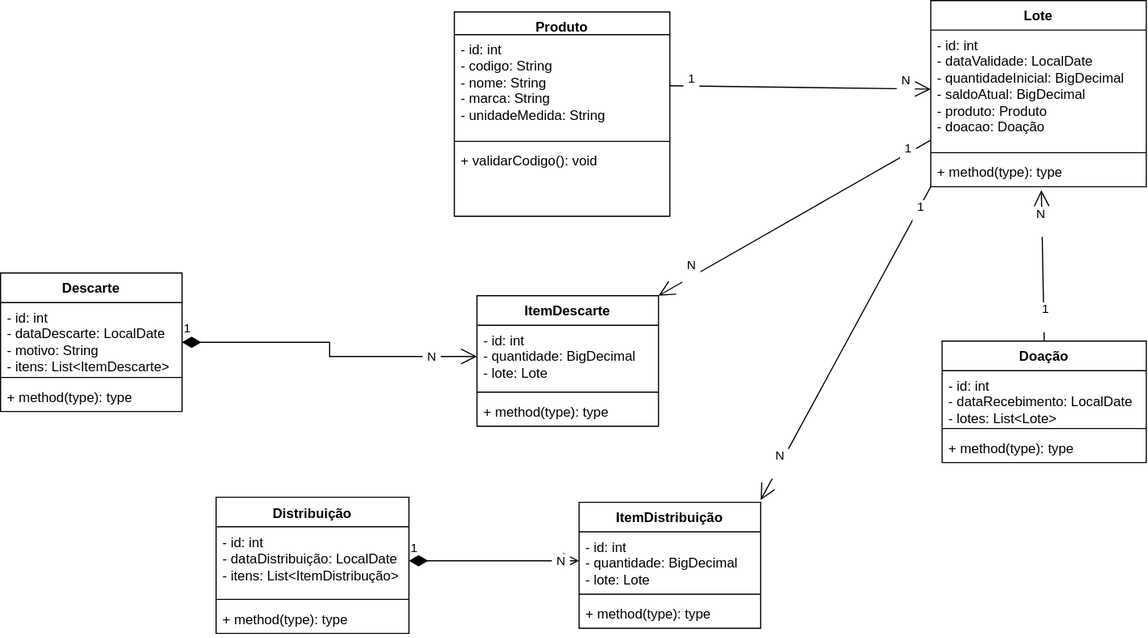
The draw.io diagram Obsidian/Projeto Integrador/Faculdade/Projeto Integrador - 2° Período/Documentações/Diagramas/Diagrama de Classes - Projeto Integrador.drawio.svg in Davi-bit-source/Projeto-Integrador, before a commit. Source tidied: cells renumbered, new cells last; positions are measured from the earlier drawing's top-left corner, leaving out a move shared by most shapes.
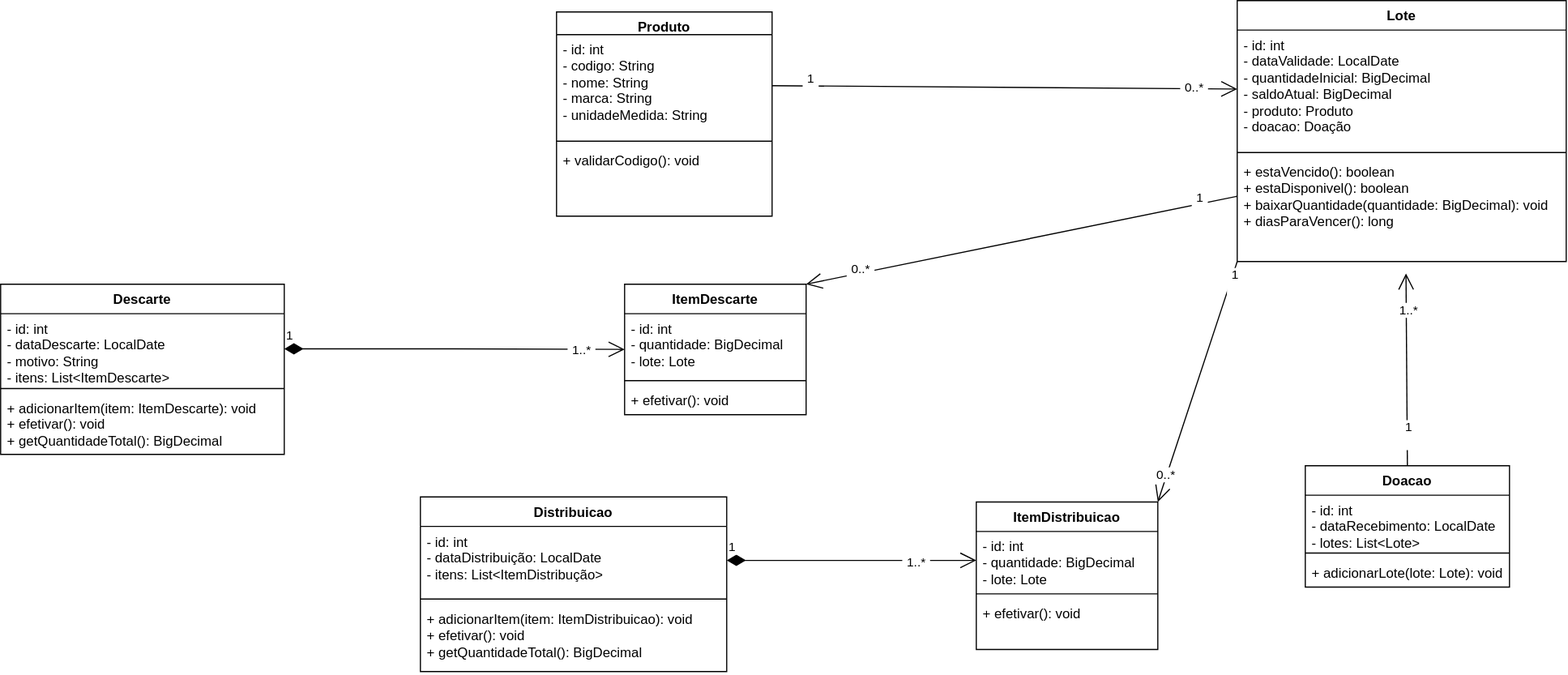
After the commit.

Commit message:
Atualização da Documentação do Projeto

Change to the diagram source:
```diff
@@ -3,7 +3,7 @@
     <mxCell id="0" />
     <mxCell id="1" parent="0" />
     <mxCell id="2" value="Produto&lt;div&gt;&lt;br&gt;&lt;/div&gt;" style="swimlane;fontStyle=1;align=center;verticalAlign=top;horizontal=1;startSize=20;whiteSpace=wrap;html=1;" parent="1" vertex="1">
-      <mxGeometry x="400" y="10" width="190" height="180" as="geometry" />
+      <mxGeometry x="220" y="10" width="190" height="180" as="geometry" />
     </mxCell>
     <mxCell id="3" value="- id: int&lt;div&gt;- codigo: String&lt;/div&gt;&lt;div&gt;- nome: String&lt;/div&gt;&lt;div&gt;- marca: String&lt;/div&gt;&lt;div&gt;- unidadeMedida: String&lt;/div&gt;&lt;div&gt;&lt;br&gt;&lt;/div&gt;" style="text;strokeColor=none;fillColor=none;align=left;verticalAlign=top;spacingLeft=4;spacingRight=4;overflow=hidden;points=[[0,0.5],[1,0.5]];portConstraint=eastwest;whiteSpace=wrap;html=1;" parent="2" vertex="1">
       <mxGeometry y="20" width="190" height="90" as="geometry" />
@@ -15,19 +15,19 @@
       <mxGeometry y="118" width="190" height="62" as="geometry" />
     </mxCell>
     <mxCell id="6" value="Lote&lt;div&gt;&lt;br&gt;&lt;/div&gt;" style="swimlane;fontStyle=1;align=center;verticalAlign=top;horizontal=1;startSize=26;whiteSpace=wrap;html=1;" parent="1" vertex="1">
-      <mxGeometry x="820" width="190" height="164" as="geometry" />
+      <mxGeometry x="820" width="290" height="230" as="geometry" />
     </mxCell>
     <mxCell id="7" value="- id: int&lt;div&gt;- dataValidade: LocalDate&lt;/div&gt;&lt;div&gt;- quantidadeInicial: BigDecimal&lt;/div&gt;&lt;div&gt;- saldoAtual: BigDecimal&lt;/div&gt;&lt;div&gt;- produto: Produto&lt;/div&gt;&lt;div&gt;- doacao: Doação&lt;/div&gt;" style="text;strokeColor=none;fillColor=none;align=left;verticalAlign=top;spacingLeft=4;spacingRight=4;overflow=hidden;points=[[0,0.5],[1,0.5]];portConstraint=eastwest;whiteSpace=wrap;html=1;" parent="6" vertex="1">
-      <mxGeometry y="26" width="190" height="104" as="geometry" />
+      <mxGeometry y="26" width="290" height="104" as="geometry" />
     </mxCell>
     <mxCell id="8" style="line;strokeWidth=1;fillColor=none;align=left;verticalAlign=middle;spacingTop=-1;spacingLeft=3;spacingRight=3;labelPosition=right;strokeColor=inherit;labelPerimeter=1;" parent="6" vertex="1">
-      <mxGeometry y="130" width="190" height="8" as="geometry" />
+      <mxGeometry y="130" width="290" height="8" as="geometry" />
     </mxCell>
-    <mxCell id="9" value="+ method(type): type" style="text;strokeColor=none;fillColor=none;align=left;verticalAlign=top;spacingLeft=4;spacingRight=4;overflow=hidden;points=[[0,0.5],[1,0.5]];portConstraint=eastwest;whiteSpace=wrap;html=1;" parent="6" vertex="1">
-      <mxGeometry y="138" width="190" height="26" as="geometry" />
+    <mxCell id="9" value="+ estaVencido(): boolean&lt;div&gt;+ estaDisponivel(): boolean&lt;/div&gt;&lt;div&gt;+ baixarQuantidade(quantidade: BigDecimal): void&lt;/div&gt;&lt;div&gt;+ diasParaVencer(): long&lt;/div&gt;" style="text;strokeColor=none;fillColor=none;align=left;verticalAlign=top;spacingLeft=4;spacingRight=4;overflow=hidden;points=[[0,0.5],[1,0.5]];portConstraint=eastwest;whiteSpace=wrap;html=1;" parent="6" vertex="1">
+      <mxGeometry y="138" width="290" height="92" as="geometry" />
     </mxCell>
-    <mxCell id="10" value="Doação&lt;div&gt;&lt;br&gt;&lt;/div&gt;" style="swimlane;fontStyle=1;align=center;verticalAlign=top;horizontal=1;startSize=26;whiteSpace=wrap;html=1;" parent="1" vertex="1">
-      <mxGeometry x="830" y="300" width="180" height="107" as="geometry" />
+    <mxCell id="10" value="Doacao&lt;div&gt;&lt;br&gt;&lt;/div&gt;" style="swimlane;fontStyle=1;align=center;verticalAlign=top;horizontal=1;startSize=26;whiteSpace=wrap;html=1;" parent="1" vertex="1">
+      <mxGeometry x="880" y="410" width="180" height="107" as="geometry" />
     </mxCell>
     <mxCell id="11" value="- id: int&lt;div&gt;- dataRecebimento: LocalDate&lt;/div&gt;&lt;div&gt;- lotes: List&amp;lt;Lote&amp;gt;&lt;/div&gt;" style="text;strokeColor=none;fillColor=none;align=left;verticalAlign=top;spacingLeft=4;spacingRight=4;overflow=hidden;whiteSpace=wrap;html=1;" parent="10" vertex="1">
       <mxGeometry y="26" width="180" height="47" as="geometry" />
@@ -35,23 +35,23 @@
     <mxCell id="12" style="line;strokeWidth=1;fillColor=none;align=left;verticalAlign=middle;spacingTop=-1;spacingLeft=3;spacingRight=3;labelPosition=right;strokeColor=inherit;labelPerimeter=1;" parent="10" vertex="1">
       <mxGeometry y="73" width="180" height="8" as="geometry" />
     </mxCell>
-    <mxCell id="13" value="+ method(type): type" style="text;strokeColor=none;fillColor=none;align=left;verticalAlign=top;spacingLeft=4;spacingRight=4;overflow=hidden;whiteSpace=wrap;html=1;" parent="10" vertex="1">
+    <mxCell id="13" value="+ adicionarLote(lote: Lote): void" style="text;strokeColor=none;fillColor=none;align=left;verticalAlign=top;spacingLeft=4;spacingRight=4;overflow=hidden;whiteSpace=wrap;html=1;" parent="10" vertex="1">
       <mxGeometry y="81" width="180" height="26" as="geometry" />
     </mxCell>
-    <mxCell id="14" value="Distribuição&lt;div&gt;&lt;br&gt;&lt;/div&gt;" style="swimlane;fontStyle=1;align=center;verticalAlign=top;horizontal=1;startSize=26;whiteSpace=wrap;html=1;" parent="1" vertex="1">
-      <mxGeometry x="190" y="437.5" width="170" height="120" as="geometry" />
+    <mxCell id="14" value="Distribuicao&lt;div&gt;&lt;br&gt;&lt;/div&gt;" style="swimlane;fontStyle=1;align=center;verticalAlign=top;horizontal=1;startSize=26;whiteSpace=wrap;html=1;" parent="1" vertex="1">
+      <mxGeometry x="100" y="437.5" width="270" height="154" as="geometry" />
     </mxCell>
     <mxCell id="15" value="- id: int&lt;div&gt;- dataDistribuição: LocalDate&lt;/div&gt;&lt;div&gt;- itens: List&amp;lt;ItemDistribução&amp;gt;&lt;/div&gt;" style="text;strokeColor=none;fillColor=none;align=left;verticalAlign=top;spacingLeft=4;spacingRight=4;overflow=hidden;points=[[0,0.5],[1,0.5]];portConstraint=eastwest;whiteSpace=wrap;html=1;" parent="14" vertex="1">
-      <mxGeometry y="26" width="170" height="60" as="geometry" />
+      <mxGeometry y="26" width="270" height="60" as="geometry" />
     </mxCell>
     <mxCell id="16" style="line;strokeWidth=1;fillColor=none;align=left;verticalAlign=middle;spacingTop=-1;spacingLeft=3;spacingRight=3;labelPosition=right;strokeColor=inherit;labelPerimeter=1;" parent="14" vertex="1">
-      <mxGeometry y="86" width="170" height="8" as="geometry" />
+      <mxGeometry y="86" width="270" height="8" as="geometry" />
     </mxCell>
-    <mxCell id="17" value="+ method(type): type" style="text;strokeColor=none;fillColor=none;align=left;verticalAlign=top;spacingLeft=4;spacingRight=4;overflow=hidden;whiteSpace=wrap;html=1;" parent="14" vertex="1">
-      <mxGeometry y="94" width="170" height="26" as="geometry" />
+    <mxCell id="17" value="+ adicionarItem(item: ItemDistribuicao): void&lt;div&gt;+ efetivar(): void&lt;/div&gt;&lt;div&gt;+ getQuantidadeTotal(): BigDecimal&lt;/div&gt;" style="text;strokeColor=none;fillColor=none;align=left;verticalAlign=top;spacingLeft=4;spacingRight=4;overflow=hidden;whiteSpace=wrap;html=1;" parent="14" vertex="1">
+      <mxGeometry y="94" width="270" height="60" as="geometry" />
     </mxCell>
-    <mxCell id="18" value="ItemDistribuição&lt;div&gt;&lt;br&gt;&lt;/div&gt;" style="swimlane;fontStyle=1;align=center;verticalAlign=top;horizontal=1;startSize=26;whiteSpace=wrap;html=1;" parent="1" vertex="1">
-      <mxGeometry x="510" y="442" width="160" height="111" as="geometry" />
+    <mxCell id="18" value="ItemDistribuicao&lt;div&gt;&lt;br&gt;&lt;/div&gt;" style="swimlane;fontStyle=1;align=center;verticalAlign=top;horizontal=1;startSize=26;whiteSpace=wrap;html=1;" parent="1" vertex="1">
+      <mxGeometry x="590" y="442" width="160" height="130" as="geometry" />
     </mxCell>
     <mxCell id="19" value="- id: int&lt;div&gt;- quantidade: BigDecimal&lt;/div&gt;&lt;div&gt;- lote: Lote&lt;/div&gt;" style="text;strokeColor=none;fillColor=none;align=left;verticalAlign=top;spacingLeft=4;spacingRight=4;overflow=hidden;points=[[0,0.5],[1,0.5]];portConstraint=eastwest;whiteSpace=wrap;html=1;" parent="18" vertex="1">
       <mxGeometry y="26" width="160" height="51" as="geometry" />
@@ -59,23 +59,23 @@
     <mxCell id="20" style="line;strokeWidth=1;fillColor=none;align=left;verticalAlign=middle;spacingTop=-1;spacingLeft=3;spacingRight=3;labelPosition=right;strokeColor=inherit;labelPerimeter=1;" parent="18" vertex="1">
       <mxGeometry y="77" width="160" height="8" as="geometry" />
     </mxCell>
-    <mxCell id="21" value="+ method(type): type" style="text;strokeColor=none;fillColor=none;align=left;verticalAlign=top;spacingLeft=4;spacingRight=4;overflow=hidden;whiteSpace=wrap;html=1;" parent="18" vertex="1">
-      <mxGeometry y="85" width="160" height="26" as="geometry" />
+    <mxCell id="21" value="+ efetivar(): void" style="text;strokeColor=none;fillColor=none;align=left;verticalAlign=top;spacingLeft=4;spacingRight=4;overflow=hidden;whiteSpace=wrap;html=1;" parent="18" vertex="1">
+      <mxGeometry y="85" width="160" height="45" as="geometry" />
     </mxCell>
     <mxCell id="22" value="Descarte" style="swimlane;fontStyle=1;align=center;verticalAlign=top;horizontal=1;startSize=26;whiteSpace=wrap;html=1;" parent="1" vertex="1">
-      <mxGeometry y="240" width="160" height="122" as="geometry" />
+      <mxGeometry x="-270" y="250" width="250" height="150" as="geometry" />
     </mxCell>
     <mxCell id="23" value="- id: int&lt;div&gt;- dataDescarte: LocalDate&lt;/div&gt;&lt;div&gt;- motivo: String&lt;/div&gt;&lt;div&gt;- itens: List&amp;lt;ItemDescarte&amp;gt;&lt;/div&gt;" style="text;strokeColor=none;fillColor=none;align=left;verticalAlign=top;spacingLeft=4;spacingRight=4;overflow=hidden;points=[[0,0.5],[1,0.5]];portConstraint=eastwest;whiteSpace=wrap;html=1;" parent="22" vertex="1">
-      <mxGeometry y="26" width="160" height="62" as="geometry" />
+      <mxGeometry y="26" width="250" height="62" as="geometry" />
     </mxCell>
     <mxCell id="24" style="line;strokeWidth=1;fillColor=none;align=left;verticalAlign=middle;spacingTop=-1;spacingLeft=3;spacingRight=3;labelPosition=right;strokeColor=inherit;labelPerimeter=1;" parent="22" vertex="1">
-      <mxGeometry y="88" width="160" height="8" as="geometry" />
+      <mxGeometry y="88" width="250" height="8" as="geometry" />
     </mxCell>
-    <mxCell id="25" value="+ method(type): type" style="text;strokeColor=none;fillColor=none;align=left;verticalAlign=top;spacingLeft=4;spacingRight=4;overflow=hidden;whiteSpace=wrap;html=1;" parent="22" vertex="1">
-      <mxGeometry y="96" width="160" height="26" as="geometry" />
+    <mxCell id="25" value="+ adicionarItem(item: ItemDescarte): void&lt;div&gt;+ efetivar(): void&lt;/div&gt;&lt;div&gt;+ getQuantidadeTotal(): BigDecimal&lt;/div&gt;" style="text;strokeColor=none;fillColor=none;align=left;verticalAlign=top;spacingLeft=4;spacingRight=4;overflow=hidden;whiteSpace=wrap;html=1;" parent="22" vertex="1">
+      <mxGeometry y="96" width="250" height="54" as="geometry" />
     </mxCell>
     <mxCell id="26" value="ItemDescarte&lt;div&gt;&lt;br&gt;&lt;/div&gt;" style="swimlane;fontStyle=1;align=center;verticalAlign=top;horizontal=1;startSize=26;whiteSpace=wrap;html=1;" parent="1" vertex="1">
-      <mxGeometry x="420" y="260" width="160" height="115" as="geometry" />
+      <mxGeometry x="280" y="250" width="160" height="115" as="geometry" />
     </mxCell>
     <mxCell id="27" value="- id: int&lt;div&gt;- quantidade: BigDecimal&lt;/div&gt;&lt;div&gt;- lote: Lote&lt;/div&gt;" style="text;strokeColor=none;fillColor=none;align=left;verticalAlign=top;spacingLeft=4;spacingRight=4;overflow=hidden;points=[[0,0.5],[1,0.5]];portConstraint=eastwest;whiteSpace=wrap;html=1;" parent="26" vertex="1">
       <mxGeometry y="26" width="160" height="55" as="geometry" />
@@ -83,13 +83,13 @@
     <mxCell id="28" style="line;strokeWidth=1;fillColor=none;align=left;verticalAlign=middle;spacingTop=-1;spacingLeft=3;spacingRight=3;labelPosition=right;strokeColor=inherit;labelPerimeter=1;" parent="26" vertex="1">
       <mxGeometry y="81" width="160" height="8" as="geometry" />
     </mxCell>
-    <mxCell id="29" value="+ method(type): type" style="text;strokeColor=none;fillColor=none;align=left;verticalAlign=top;spacingLeft=4;spacingRight=4;overflow=hidden;whiteSpace=wrap;html=1;" parent="26" vertex="1">
+    <mxCell id="29" value="+ efetivar(): void" style="text;strokeColor=none;fillColor=none;align=left;verticalAlign=top;spacingLeft=4;spacingRight=4;overflow=hidden;whiteSpace=wrap;html=1;" parent="26" vertex="1">
       <mxGeometry y="89" width="160" height="26" as="geometry" />
     </mxCell>
     <mxCell id="30" style="endArrow=open;endFill=1;endSize=12;html=1;rounded=0;defaultLabelBackgroundColor=page;labelPadding=0 4;exitX=1;exitY=0.5;exitDx=0;exitDy=0;entryX=0;entryY=0.5;entryDx=0;entryDy=0;" parent="1" edge="1" source="3" target="7">
       <mxGeometry relative="1" as="geometry" />
     </mxCell>
-    <mxCell id="31" value="N&lt;div&gt;&lt;br&gt;&lt;/div&gt;" style="edgeLabel;html=1;align=center;verticalAlign=middle;inheritText=1;defaultLabelBackgroundColor=page;labelPadding=0 4;" parent="30" vertex="1">
+    <mxCell id="31" value="&lt;div&gt;0..*&lt;/div&gt;" style="edgeLabel;html=1;align=center;verticalAlign=middle;inheritText=1;defaultLabelBackgroundColor=page;labelPadding=0 4;" parent="30" vertex="1">
       <mxGeometry x="0.81" y="1" relative="1" as="geometry" />
     </mxCell>
     <mxCell id="32" value="1&lt;div&gt;&lt;br&gt;&lt;/div&gt;" style="edgeLabel;html=1;align=center;verticalAlign=middle;inheritText=1;defaultLabelBackgroundColor=page;labelPadding=0 4;" parent="30" vertex="1">
@@ -98,18 +98,18 @@
     <mxCell id="33" style="endArrow=open;endFill=1;endSize=12;html=1;rounded=0;defaultLabelBackgroundColor=page;labelPadding=0 4;entryX=0.513;entryY=1.115;entryDx=0;entryDy=0;entryPerimeter=0;exitX=0.5;exitY=0;exitDx=0;exitDy=0;" parent="1" edge="1" source="10" target="9">
       <mxGeometry relative="1" as="geometry" />
     </mxCell>
-    <mxCell id="34" value="N&lt;div&gt;&lt;br&gt;&lt;/div&gt;" style="edgeLabel;html=1;align=center;verticalAlign=middle;inheritText=1;defaultLabelBackgroundColor=page;labelPadding=0 4;" parent="33" vertex="1">
-      <mxGeometry x="0.59" y="1" relative="1" as="geometry" />
-    </mxCell>
     <mxCell id="35" value="1&lt;div&gt;&lt;br&gt;&lt;/div&gt;" style="edgeLabel;html=1;align=center;verticalAlign=middle;inheritText=1;defaultLabelBackgroundColor=page;labelPadding=0 4;" parent="33" vertex="1">
       <mxGeometry x="-0.68" y="-1" relative="1" as="geometry" />
     </mxCell>
+    <mxCell id="46" value="1..*" style="edgeLabel;html=1;align=center;verticalAlign=middle;inheritText=1;defaultLabelBackgroundColor=page;labelPadding=0 4;" parent="33" vertex="1">
+      <mxGeometry x="0.62" y="-2" relative="1" as="geometry">
+        <mxPoint x="-1" as="offset" />
+      </mxGeometry>
+    </mxCell>
-    <mxCell id="36" style="endArrow=open;endFill=1;endSize=12;html=1;rounded=0;defaultLabelBackgroundColor=page;labelPadding=0 4;exitX=0;exitY=1;exitDx=0;exitDy=0;" parent="1" edge="1" source="6">
-      <mxGeometry relative="1" as="geometry">
-        <mxPoint x="670" y="440" as="targetPoint" />
-      </mxGeometry>
+    <mxCell id="36" style="endArrow=open;endFill=1;endSize=12;html=1;rounded=0;defaultLabelBackgroundColor=page;labelPadding=0 4;exitX=0;exitY=1;exitDx=0;exitDy=0;entryX=1;entryY=0;entryDx=0;entryDy=0;" parent="1" edge="1" source="6" target="18">
+      <mxGeometry relative="1" as="geometry" />
     </mxCell>
-    <mxCell id="37" value="N&lt;div&gt;&lt;br&gt;&lt;/div&gt;" style="edgeLabel;html=1;align=center;verticalAlign=middle;inheritText=1;defaultLabelBackgroundColor=page;labelPadding=0 4;" parent="36" vertex="1">
+    <mxCell id="37" value="&lt;div&gt;0..*&lt;/div&gt;" style="edgeLabel;html=1;align=center;verticalAlign=middle;inheritText=1;defaultLabelBackgroundColor=page;labelPadding=0 4;" parent="36" vertex="1">
       <mxGeometry x="0.77" y="-1" relative="1" as="geometry" />
     </mxCell>
     <mxCell id="38" value="1&lt;div&gt;&lt;br&gt;&lt;/div&gt;" style="edgeLabel;html=1;align=center;verticalAlign=middle;inheritText=1;defaultLabelBackgroundColor=page;labelPadding=0 4;" parent="36" vertex="1">
@@ -118,7 +118,7 @@
     <mxCell id="39" style="endArrow=open;endFill=1;endSize=12;html=1;rounded=0;defaultLabelBackgroundColor=page;labelPadding=0 4;entryX=1;entryY=0;entryDx=0;entryDy=0;exitX=0;exitY=0.75;exitDx=0;exitDy=0;" parent="1" edge="1" source="6" target="26">
       <mxGeometry relative="1" as="geometry" />
     </mxCell>
-    <mxCell id="40" value="N&lt;div&gt;&lt;br&gt;&lt;/div&gt;" style="edgeLabel;html=1;align=center;verticalAlign=middle;inheritText=1;defaultLabelBackgroundColor=page;labelPadding=0 4;" parent="39" vertex="1">
+    <mxCell id="40" value="&lt;div&gt;0..*&lt;/div&gt;" style="edgeLabel;html=1;align=center;verticalAlign=middle;inheritText=1;defaultLabelBackgroundColor=page;labelPadding=0 4;" parent="39" vertex="1">
       <mxGeometry x="0.75" y="-3" relative="1" as="geometry">
         <mxPoint y="-1" as="offset" />
       </mxGeometry>
@@ -131,14 +131,14 @@
     <mxCell id="42" value="1" style="endArrow=open;html=1;endSize=12;startArrow=diamondThin;startSize=14;startFill=1;edgeStyle=orthogonalEdgeStyle;align=left;verticalAlign=bottom;rounded=0;defaultLabelBackgroundColor=page;labelPadding=0 4;exitX=1;exitY=0.5;exitDx=0;exitDy=0;entryX=0;entryY=0.5;entryDx=0;entryDy=0;" parent="1" edge="1" source="15" target="19">
       <mxGeometry x="-1" y="3" relative="1" as="geometry" />
     </mxCell>
-    <mxCell id="43" value="N" style="edgeLabel;html=1;align=center;verticalAlign=middle;inheritText=1;defaultLabelBackgroundColor=page;labelPadding=0 4;" parent="42" vertex="1">
-      <mxGeometry x="0.77" relative="1" as="geometry" />
-    </mxCell>
+    <mxCell id="47" value="1..*" style="edgeLabel;html=1;align=center;verticalAlign=middle;inheritText=1;defaultLabelBackgroundColor=page;labelPadding=0 4;" parent="42" vertex="1">
+      <mxGeometry x="0.51" y="-1" relative="1" as="geometry" />
+    </mxCell>
-    <mxCell id="44" value="1" style="endArrow=open;html=1;endSize=12;startArrow=diamondThin;startSize=14;startFill=1;edgeStyle=orthogonalEdgeStyle;align=left;verticalAlign=bottom;rounded=0;defaultLabelBackgroundColor=page;labelPadding=0 4;exitX=1;exitY=0.5;exitDx=0;exitDy=0;entryX=0;entryY=0.5;entryDx=0;entryDy=0;" parent="1" edge="1" source="22" target="27">
+    <mxCell id="44" value="1" style="endArrow=open;html=1;endSize=12;startArrow=diamondThin;startSize=14;startFill=1;edgeStyle=orthogonalEdgeStyle;align=left;verticalAlign=bottom;rounded=0;defaultLabelBackgroundColor=page;labelPadding=0 4;exitX=1;exitY=0.5;exitDx=0;exitDy=0;entryX=0;entryY=0.5;entryDx=0;entryDy=0;" parent="1" edge="1" source="23" target="26">
       <mxGeometry x="-1" y="3" relative="1" as="geometry" />
     </mxCell>
-    <mxCell id="45" value="N" style="edgeLabel;html=1;align=center;verticalAlign=middle;inheritText=1;defaultLabelBackgroundColor=page;labelPadding=0 4;" parent="44" vertex="1">
-      <mxGeometry x="0.7" relative="1" as="geometry" />
+    <mxCell id="45" value="1..*" style="edgeLabel;html=1;align=center;verticalAlign=middle;inheritText=1;defaultLabelBackgroundColor=page;labelPadding=0 4;" parent="44" vertex="1">
+      <mxGeometry x="0.74" relative="1" as="geometry" />
     </mxCell>
   </root>
 </mxGraphModel>
```
